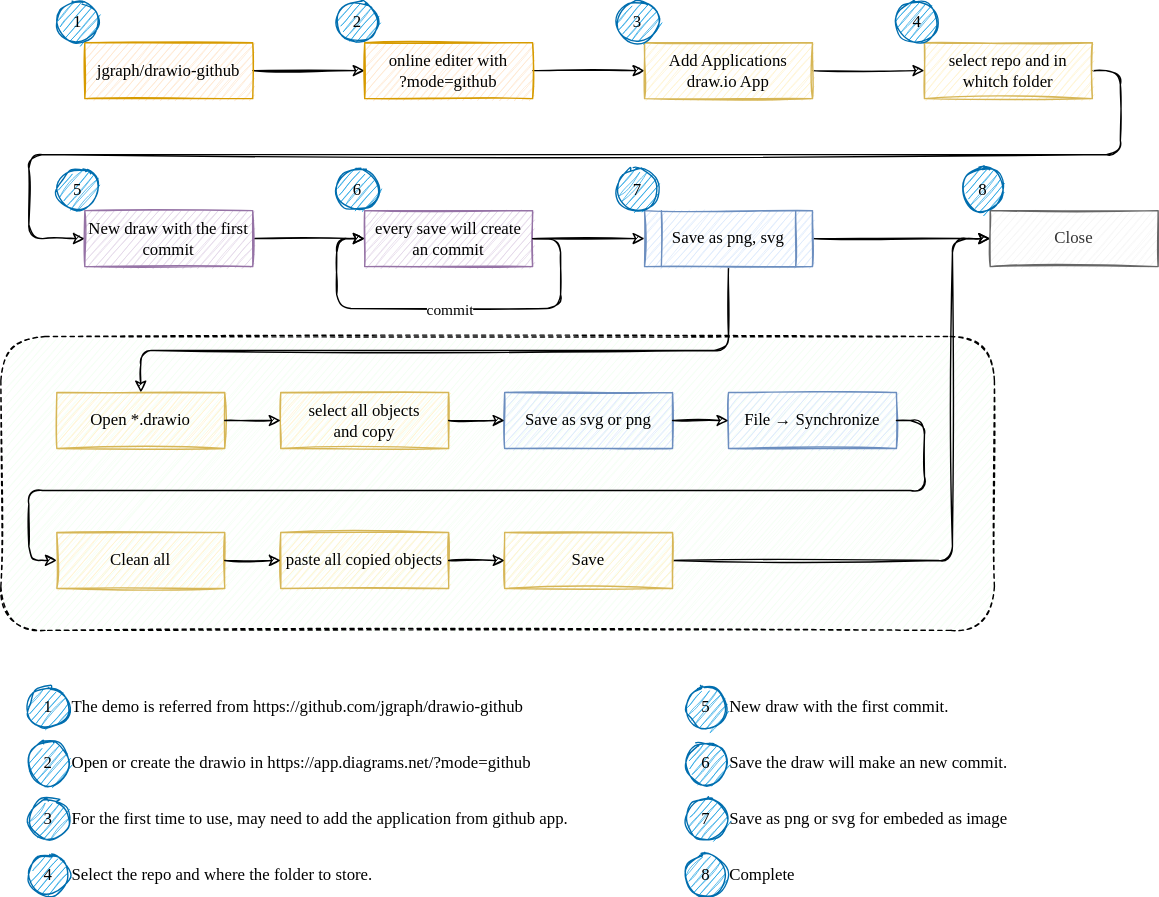
Earlier version of the draw.io export demo/drawio_in_github.drawio.svg (toomore/drawio). Source tidied: cells renumbered, new cells last; positions are measured from the earlier drawing's top-left corner, leaving out a move shared by most shapes.
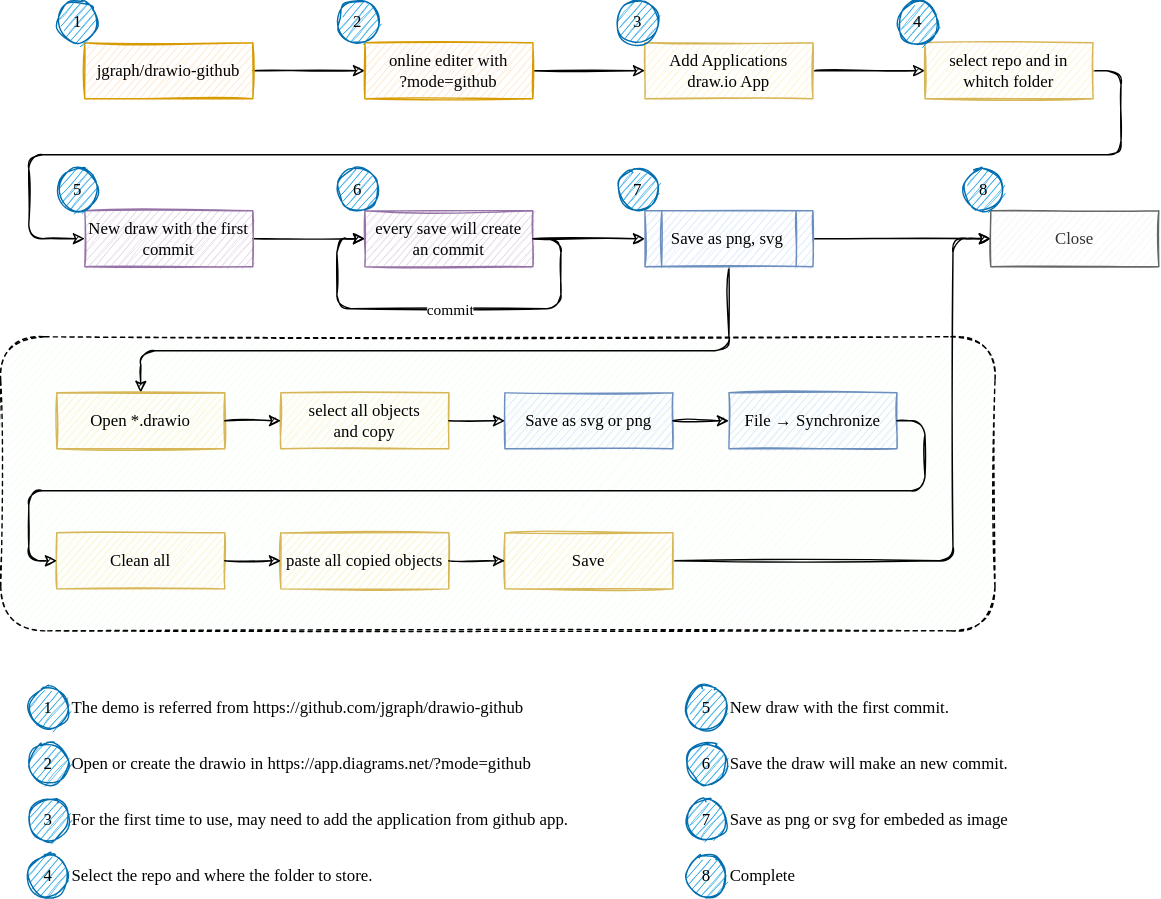
The same diagram one commit later.

The edit, as a diff of the source:
```diff
@@ -2,9 +2,9 @@
   <root>
     <mxCell id="0" />
     <mxCell id="1" parent="0" />
-    <mxCell id="2" style="rounded=1;whiteSpace=wrap;html=1;sketch=1;fontFamily=粉圓體;fontSource=https%3A%2F%2Fgithub.com%2Fjustfont%2Fopen-huninn-font%2Fraw%2Fmaster%2Ffont%2Fjf-openhuninn-1.1.ttf;dashed=1;gradientColor=none;fillColor=#F2FFF3;" parent="1" vertex="1">
-      <mxGeometry y="240" width="710" height="210" as="geometry" />
-    </mxCell>
+    <mxCell id="61" style="rounded=1;whiteSpace=wrap;html=1;sketch=1;fontFamily=粉圓體;fontSource=https%3A%2F%2Fgithub.com%2Fjustfont%2Fopen-huninn-font%2Fraw%2Fmaster%2Ffont%2Fjf-openhuninn-1.1.ttf;dashed=1;gradientColor=none;fillColor=#F2FFF3;" parent="1" vertex="1">
+      <mxGeometry y="240" width="710" height="210" as="geometry" />
+    </mxCell>
     <mxCell id="3" style="edgeStyle=orthogonalEdgeStyle;jettySize=auto;html=1;fontFamily=粉圓體;fontSource=https%3A%2F%2Fgithub.com%2Fjustfont%2Fopen-huninn-font%2Fraw%2Fmaster%2Ffont%2Fjf-openhuninn-1.1.ttf;rounded=1;sketch=1;" parent="1" edge="1" source="4" target="6">
       <mxGeometry relative="1" as="geometry" />
     </mxCell>
@@ -96,55 +96,55 @@
     <mxCell id="26" value="&lt;font color=&quot;#000000&quot;&gt;7&lt;/font&gt;" style="ellipse;whiteSpace=wrap;html=1;fontFamily=粉圓體;fontSource=https%3A%2F%2Fgithub.com%2Fjustfont%2Fopen-huninn-font%2Fraw%2Fmaster%2Ffont%2Fjf-openhuninn-1.1.ttf;fillColor=#1ba1e2;strokeColor=#006EAF;fontColor=#ffffff;sketch=1;" parent="1" vertex="1">
       <mxGeometry x="440" y="120" width="30" height="30" as="geometry" />
     </mxCell>
-    <mxCell id="27" style="group;fontFamily=粉圓體;fontSource=https%3A%2F%2Fgithub.com%2Fjustfont%2Fopen-huninn-font%2Fraw%2Fmaster%2Ffont%2Fjf-openhuninn-1.1.ttf;sketch=1;" parent="1" vertex="1">
-      <mxGeometry x="19" y="490" width="790" height="150" as="geometry" />
-    </mxCell>
+    <mxCell id="62" style="group;fontFamily=粉圓體;fontSource=https%3A%2F%2Fgithub.com%2Fjustfont%2Fopen-huninn-font%2Fraw%2Fmaster%2Ffont%2Fjf-openhuninn-1.1.ttf;sketch=1;" parent="1" vertex="1">
+      <mxGeometry x="19" y="490" width="790" height="150" as="geometry" />
+    </mxCell>
-    <mxCell id="28" value="The demo is referred from &lt;a href=&quot;https://github.com/jgraph/drawio-github&quot;&gt;https://github.com/jgraph/drawio-github&lt;/a&gt;" style="text;html=1;strokeColor=none;fillColor=none;align=left;verticalAlign=middle;whiteSpace=wrap;rounded=0;fontFamily=粉圓體;fontSource=https%3A%2F%2Fgithub.com%2Fjustfont%2Fopen-huninn-font%2Fraw%2Fmaster%2Ffont%2Fjf-openhuninn-1.1.ttf;fontColor=#000000;sketch=1;" parent="27" vertex="1">
+    <mxCell id="28" value="The demo is referred from &lt;a href=&quot;https://github.com/jgraph/drawio-github&quot;&gt;https://github.com/jgraph/drawio-github&lt;/a&gt;" style="text;html=1;strokeColor=none;fillColor=none;align=left;verticalAlign=middle;whiteSpace=wrap;rounded=0;fontFamily=粉圓體;fontSource=https%3A%2F%2Fgithub.com%2Fjustfont%2Fopen-huninn-font%2Fraw%2Fmaster%2Ffont%2Fjf-openhuninn-1.1.ttf;fontColor=#000000;sketch=1;" parent="62" vertex="1">
       <mxGeometry x="30" width="400" height="30" as="geometry" />
     </mxCell>
-    <mxCell id="29" value="Open or create the drawio in&amp;nbsp;&lt;a href=&quot;https://app.diagrams.net/?mode=github&quot;&gt;https://app.diagrams.net/?mode=github&lt;/a&gt;" style="text;html=1;strokeColor=none;fillColor=none;align=left;verticalAlign=middle;whiteSpace=wrap;rounded=0;fontFamily=粉圓體;fontSource=https%3A%2F%2Fgithub.com%2Fjustfont%2Fopen-huninn-font%2Fraw%2Fmaster%2Ffont%2Fjf-openhuninn-1.1.ttf;fontColor=#000000;sketch=1;" parent="27" vertex="1">
+    <mxCell id="29" value="Open or create the drawio in&amp;nbsp;&lt;a href=&quot;https://app.diagrams.net/?mode=github&quot;&gt;https://app.diagrams.net/?mode=github&lt;/a&gt;" style="text;html=1;strokeColor=none;fillColor=none;align=left;verticalAlign=middle;whiteSpace=wrap;rounded=0;fontFamily=粉圓體;fontSource=https%3A%2F%2Fgithub.com%2Fjustfont%2Fopen-huninn-font%2Fraw%2Fmaster%2Ffont%2Fjf-openhuninn-1.1.ttf;fontColor=#000000;sketch=1;" parent="62" vertex="1">
       <mxGeometry x="30" y="40" width="400" height="30" as="geometry" />
     </mxCell>
-    <mxCell id="30" value="&lt;font color=&quot;#000000&quot;&gt;1&lt;/font&gt;" style="ellipse;whiteSpace=wrap;html=1;fontFamily=粉圓體;fontSource=https%3A%2F%2Fgithub.com%2Fjustfont%2Fopen-huninn-font%2Fraw%2Fmaster%2Ffont%2Fjf-openhuninn-1.1.ttf;fillColor=#1ba1e2;strokeColor=#006EAF;fontColor=#ffffff;sketch=1;" parent="27" vertex="1">
+    <mxCell id="30" value="&lt;font color=&quot;#000000&quot;&gt;1&lt;/font&gt;" style="ellipse;whiteSpace=wrap;html=1;fontFamily=粉圓體;fontSource=https%3A%2F%2Fgithub.com%2Fjustfont%2Fopen-huninn-font%2Fraw%2Fmaster%2Ffont%2Fjf-openhuninn-1.1.ttf;fillColor=#1ba1e2;strokeColor=#006EAF;fontColor=#ffffff;sketch=1;" parent="62" vertex="1">
       <mxGeometry width="30" height="30" as="geometry" />
     </mxCell>
-    <mxCell id="31" value="&lt;font color=&quot;#000000&quot;&gt;2&lt;/font&gt;" style="ellipse;whiteSpace=wrap;html=1;fontFamily=粉圓體;fontSource=https%3A%2F%2Fgithub.com%2Fjustfont%2Fopen-huninn-font%2Fraw%2Fmaster%2Ffont%2Fjf-openhuninn-1.1.ttf;fillColor=#1ba1e2;strokeColor=#006EAF;fontColor=#ffffff;sketch=1;" parent="27" vertex="1">
+    <mxCell id="31" value="&lt;font color=&quot;#000000&quot;&gt;2&lt;/font&gt;" style="ellipse;whiteSpace=wrap;html=1;fontFamily=粉圓體;fontSource=https%3A%2F%2Fgithub.com%2Fjustfont%2Fopen-huninn-font%2Fraw%2Fmaster%2Ffont%2Fjf-openhuninn-1.1.ttf;fillColor=#1ba1e2;strokeColor=#006EAF;fontColor=#ffffff;sketch=1;" parent="62" vertex="1">
       <mxGeometry y="40" width="30" height="30" as="geometry" />
     </mxCell>
-    <mxCell id="32" value="For the first time to use, may need to add the application from github app." style="text;html=1;strokeColor=none;fillColor=none;align=left;verticalAlign=middle;whiteSpace=wrap;rounded=0;fontFamily=粉圓體;fontSource=https%3A%2F%2Fgithub.com%2Fjustfont%2Fopen-huninn-font%2Fraw%2Fmaster%2Ffont%2Fjf-openhuninn-1.1.ttf;fontColor=#000000;sketch=1;" parent="27" vertex="1">
+    <mxCell id="32" value="For the first time to use, may need to add the application from github app." style="text;html=1;strokeColor=none;fillColor=none;align=left;verticalAlign=middle;whiteSpace=wrap;rounded=0;fontFamily=粉圓體;fontSource=https%3A%2F%2Fgithub.com%2Fjustfont%2Fopen-huninn-font%2Fraw%2Fmaster%2Ffont%2Fjf-openhuninn-1.1.ttf;fontColor=#000000;sketch=1;" parent="62" vertex="1">
       <mxGeometry x="30" y="80" width="400" height="30" as="geometry" />
     </mxCell>
-    <mxCell id="33" value="&lt;font color=&quot;#000000&quot;&gt;3&lt;/font&gt;" style="ellipse;whiteSpace=wrap;html=1;fontFamily=粉圓體;fontSource=https%3A%2F%2Fgithub.com%2Fjustfont%2Fopen-huninn-font%2Fraw%2Fmaster%2Ffont%2Fjf-openhuninn-1.1.ttf;fillColor=#1ba1e2;strokeColor=#006EAF;fontColor=#ffffff;sketch=1;" parent="27" vertex="1">
+    <mxCell id="33" value="&lt;font color=&quot;#000000&quot;&gt;3&lt;/font&gt;" style="ellipse;whiteSpace=wrap;html=1;fontFamily=粉圓體;fontSource=https%3A%2F%2Fgithub.com%2Fjustfont%2Fopen-huninn-font%2Fraw%2Fmaster%2Ffont%2Fjf-openhuninn-1.1.ttf;fillColor=#1ba1e2;strokeColor=#006EAF;fontColor=#ffffff;sketch=1;" parent="62" vertex="1">
       <mxGeometry y="80" width="30" height="30" as="geometry" />
     </mxCell>
-    <mxCell id="34" value="Select the repo and where the folder to store." style="text;html=1;strokeColor=none;fillColor=none;align=left;verticalAlign=middle;whiteSpace=wrap;rounded=0;fontFamily=粉圓體;fontSource=https%3A%2F%2Fgithub.com%2Fjustfont%2Fopen-huninn-font%2Fraw%2Fmaster%2Ffont%2Fjf-openhuninn-1.1.ttf;fontColor=#000000;sketch=1;" parent="27" vertex="1">
+    <mxCell id="34" value="Select the repo and where the folder to store." style="text;html=1;strokeColor=none;fillColor=none;align=left;verticalAlign=middle;whiteSpace=wrap;rounded=0;fontFamily=粉圓體;fontSource=https%3A%2F%2Fgithub.com%2Fjustfont%2Fopen-huninn-font%2Fraw%2Fmaster%2Ffont%2Fjf-openhuninn-1.1.ttf;fontColor=#000000;sketch=1;" parent="62" vertex="1">
       <mxGeometry x="30" y="120" width="400" height="30" as="geometry" />
     </mxCell>
-    <mxCell id="35" value="&lt;font color=&quot;#000000&quot;&gt;4&lt;/font&gt;" style="ellipse;whiteSpace=wrap;html=1;fontFamily=粉圓體;fontSource=https%3A%2F%2Fgithub.com%2Fjustfont%2Fopen-huninn-font%2Fraw%2Fmaster%2Ffont%2Fjf-openhuninn-1.1.ttf;fillColor=#1ba1e2;strokeColor=#006EAF;fontColor=#ffffff;sketch=1;" parent="27" vertex="1">
+    <mxCell id="35" value="&lt;font color=&quot;#000000&quot;&gt;4&lt;/font&gt;" style="ellipse;whiteSpace=wrap;html=1;fontFamily=粉圓體;fontSource=https%3A%2F%2Fgithub.com%2Fjustfont%2Fopen-huninn-font%2Fraw%2Fmaster%2Ffont%2Fjf-openhuninn-1.1.ttf;fillColor=#1ba1e2;strokeColor=#006EAF;fontColor=#ffffff;sketch=1;" parent="62" vertex="1">
       <mxGeometry y="120" width="30" height="30" as="geometry" />
     </mxCell>
-    <mxCell id="36" value="New draw with the first commit." style="text;html=1;strokeColor=none;fillColor=none;align=left;verticalAlign=middle;whiteSpace=wrap;rounded=0;fontFamily=粉圓體;fontSource=https%3A%2F%2Fgithub.com%2Fjustfont%2Fopen-huninn-font%2Fraw%2Fmaster%2Ffont%2Fjf-openhuninn-1.1.ttf;fontColor=#000000;sketch=1;" parent="27" vertex="1">
+    <mxCell id="36" value="New draw with the first commit." style="text;html=1;strokeColor=none;fillColor=none;align=left;verticalAlign=middle;whiteSpace=wrap;rounded=0;fontFamily=粉圓體;fontSource=https%3A%2F%2Fgithub.com%2Fjustfont%2Fopen-huninn-font%2Fraw%2Fmaster%2Ffont%2Fjf-openhuninn-1.1.ttf;fontColor=#000000;sketch=1;" parent="62" vertex="1">
       <mxGeometry x="500" width="290" height="30" as="geometry" />
     </mxCell>
-    <mxCell id="37" value="&lt;font color=&quot;#000000&quot;&gt;5&lt;/font&gt;" style="ellipse;whiteSpace=wrap;html=1;fontFamily=粉圓體;fontSource=https%3A%2F%2Fgithub.com%2Fjustfont%2Fopen-huninn-font%2Fraw%2Fmaster%2Ffont%2Fjf-openhuninn-1.1.ttf;fillColor=#1ba1e2;strokeColor=#006EAF;fontColor=#ffffff;sketch=1;" parent="27" vertex="1">
+    <mxCell id="37" value="&lt;font color=&quot;#000000&quot;&gt;5&lt;/font&gt;" style="ellipse;whiteSpace=wrap;html=1;fontFamily=粉圓體;fontSource=https%3A%2F%2Fgithub.com%2Fjustfont%2Fopen-huninn-font%2Fraw%2Fmaster%2Ffont%2Fjf-openhuninn-1.1.ttf;fillColor=#1ba1e2;strokeColor=#006EAF;fontColor=#ffffff;sketch=1;" parent="62" vertex="1">
       <mxGeometry x="470" width="30" height="30" as="geometry" />
     </mxCell>
-    <mxCell id="38" value="Save the draw will make an new commit." style="text;html=1;strokeColor=none;fillColor=none;align=left;verticalAlign=middle;whiteSpace=wrap;rounded=0;fontFamily=粉圓體;fontSource=https%3A%2F%2Fgithub.com%2Fjustfont%2Fopen-huninn-font%2Fraw%2Fmaster%2Ffont%2Fjf-openhuninn-1.1.ttf;fontColor=#000000;sketch=1;" parent="27" vertex="1">
+    <mxCell id="38" value="Save the draw will make an new commit." style="text;html=1;strokeColor=none;fillColor=none;align=left;verticalAlign=middle;whiteSpace=wrap;rounded=0;fontFamily=粉圓體;fontSource=https%3A%2F%2Fgithub.com%2Fjustfont%2Fopen-huninn-font%2Fraw%2Fmaster%2Ffont%2Fjf-openhuninn-1.1.ttf;fontColor=#000000;sketch=1;" parent="62" vertex="1">
       <mxGeometry x="500" y="40" width="290" height="30" as="geometry" />
     </mxCell>
-    <mxCell id="39" value="&lt;font color=&quot;#000000&quot;&gt;6&lt;/font&gt;" style="ellipse;whiteSpace=wrap;html=1;fontFamily=粉圓體;fontSource=https%3A%2F%2Fgithub.com%2Fjustfont%2Fopen-huninn-font%2Fraw%2Fmaster%2Ffont%2Fjf-openhuninn-1.1.ttf;fillColor=#1ba1e2;strokeColor=#006EAF;fontColor=#ffffff;sketch=1;" parent="27" vertex="1">
+    <mxCell id="39" value="&lt;font color=&quot;#000000&quot;&gt;6&lt;/font&gt;" style="ellipse;whiteSpace=wrap;html=1;fontFamily=粉圓體;fontSource=https%3A%2F%2Fgithub.com%2Fjustfont%2Fopen-huninn-font%2Fraw%2Fmaster%2Ffont%2Fjf-openhuninn-1.1.ttf;fillColor=#1ba1e2;strokeColor=#006EAF;fontColor=#ffffff;sketch=1;" parent="62" vertex="1">
       <mxGeometry x="470" y="40" width="30" height="30" as="geometry" />
     </mxCell>
-    <mxCell id="40" value="Save as png or svg for embeded as image" style="text;html=1;strokeColor=none;fillColor=none;align=left;verticalAlign=middle;whiteSpace=wrap;rounded=0;fontFamily=粉圓體;fontSource=https%3A%2F%2Fgithub.com%2Fjustfont%2Fopen-huninn-font%2Fraw%2Fmaster%2Ffont%2Fjf-openhuninn-1.1.ttf;fontColor=#000000;sketch=1;" parent="27" vertex="1">
+    <mxCell id="40" value="Save as png or svg for embeded as image" style="text;html=1;strokeColor=none;fillColor=none;align=left;verticalAlign=middle;whiteSpace=wrap;rounded=0;fontFamily=粉圓體;fontSource=https%3A%2F%2Fgithub.com%2Fjustfont%2Fopen-huninn-font%2Fraw%2Fmaster%2Ffont%2Fjf-openhuninn-1.1.ttf;fontColor=#000000;sketch=1;" parent="62" vertex="1">
       <mxGeometry x="500" y="80" width="290" height="30" as="geometry" />
     </mxCell>
-    <mxCell id="41" value="&lt;font color=&quot;#000000&quot;&gt;7&lt;/font&gt;" style="ellipse;whiteSpace=wrap;html=1;fontFamily=粉圓體;fontSource=https%3A%2F%2Fgithub.com%2Fjustfont%2Fopen-huninn-font%2Fraw%2Fmaster%2Ffont%2Fjf-openhuninn-1.1.ttf;fillColor=#1ba1e2;strokeColor=#006EAF;fontColor=#ffffff;sketch=1;" parent="27" vertex="1">
+    <mxCell id="41" value="&lt;font color=&quot;#000000&quot;&gt;7&lt;/font&gt;" style="ellipse;whiteSpace=wrap;html=1;fontFamily=粉圓體;fontSource=https%3A%2F%2Fgithub.com%2Fjustfont%2Fopen-huninn-font%2Fraw%2Fmaster%2Ffont%2Fjf-openhuninn-1.1.ttf;fillColor=#1ba1e2;strokeColor=#006EAF;fontColor=#ffffff;sketch=1;" parent="62" vertex="1">
       <mxGeometry x="470" y="80" width="30" height="30" as="geometry" />
     </mxCell>
-    <mxCell id="42" value="Complete" style="text;html=1;strokeColor=none;fillColor=none;align=left;verticalAlign=middle;whiteSpace=wrap;rounded=0;fontFamily=粉圓體;fontSource=https%3A%2F%2Fgithub.com%2Fjustfont%2Fopen-huninn-font%2Fraw%2Fmaster%2Ffont%2Fjf-openhuninn-1.1.ttf;fontColor=#000000;sketch=1;" parent="27" vertex="1">
+    <mxCell id="42" value="Complete" style="text;html=1;strokeColor=none;fillColor=none;align=left;verticalAlign=middle;whiteSpace=wrap;rounded=0;fontFamily=粉圓體;fontSource=https%3A%2F%2Fgithub.com%2Fjustfont%2Fopen-huninn-font%2Fraw%2Fmaster%2Ffont%2Fjf-openhuninn-1.1.ttf;fontColor=#000000;sketch=1;" parent="62" vertex="1">
       <mxGeometry x="500" y="120" width="290" height="30" as="geometry" />
     </mxCell>
-    <mxCell id="43" value="&lt;font color=&quot;#000000&quot;&gt;8&lt;/font&gt;" style="ellipse;whiteSpace=wrap;html=1;fontFamily=粉圓體;fontSource=https%3A%2F%2Fgithub.com%2Fjustfont%2Fopen-huninn-font%2Fraw%2Fmaster%2Ffont%2Fjf-openhuninn-1.1.ttf;fillColor=#1ba1e2;strokeColor=#006EAF;fontColor=#ffffff;sketch=1;" parent="27" vertex="1">
+    <mxCell id="43" value="&lt;font color=&quot;#000000&quot;&gt;8&lt;/font&gt;" style="ellipse;whiteSpace=wrap;html=1;fontFamily=粉圓體;fontSource=https%3A%2F%2Fgithub.com%2Fjustfont%2Fopen-huninn-font%2Fraw%2Fmaster%2Ffont%2Fjf-openhuninn-1.1.ttf;fillColor=#1ba1e2;strokeColor=#006EAF;fontColor=#ffffff;sketch=1;" parent="62" vertex="1">
       <mxGeometry x="470" y="120" width="30" height="30" as="geometry" />
     </mxCell>
     <mxCell id="44" value="Open *.drawio" style="rounded=0;whiteSpace=wrap;html=1;fontFamily=粉圓體;fontSource=https%3A%2F%2Fgithub.com%2Fjustfont%2Fopen-huninn-font%2Fraw%2Fmaster%2Ffont%2Fjf-openhuninn-1.1.ttf;fillColor=#fff2cc;strokeColor=#d6b656;sketch=1;" parent="1" vertex="1">
@@ -194,13 +194,13 @@
     <mxCell id="57" style="edgeStyle=orthogonalEdgeStyle;rounded=1;sketch=1;jettySize=auto;html=1;fontFamily=粉圓體;fontSource=https%3A%2F%2Fgithub.com%2Fjustfont%2Fopen-huninn-font%2Fraw%2Fmaster%2Ffont%2Fjf-openhuninn-1.1.ttf;" parent="1" edge="1" source="53" target="56">
       <mxGeometry relative="1" as="geometry" />
     </mxCell>
-    <mxCell id="58" style="group;" parent="1" vertex="1">
-      <mxGeometry x="687" y="120" width="140" height="70" as="geometry" />
-    </mxCell>
+    <mxCell id="63" style="group;" parent="1" vertex="1">
+      <mxGeometry x="687" y="120" width="140" height="70" as="geometry" />
+    </mxCell>
-    <mxCell id="59" value="Close" style="rounded=0;whiteSpace=wrap;html=1;fontFamily=粉圓體;fontSource=https%3A%2F%2Fgithub.com%2Fjustfont%2Fopen-huninn-font%2Fraw%2Fmaster%2Ffont%2Fjf-openhuninn-1.1.ttf;fillColor=#f5f5f5;fontColor=#333333;strokeColor=#666666;sketch=1;" parent="58" vertex="1">
+    <mxCell id="59" value="Close" style="rounded=0;whiteSpace=wrap;html=1;fontFamily=粉圓體;fontSource=https%3A%2F%2Fgithub.com%2Fjustfont%2Fopen-huninn-font%2Fraw%2Fmaster%2Ffont%2Fjf-openhuninn-1.1.ttf;fillColor=#f5f5f5;fontColor=#333333;strokeColor=#666666;sketch=1;" parent="63" vertex="1">
       <mxGeometry x="20" y="30" width="120" height="40" as="geometry" />
     </mxCell>
-    <mxCell id="60" value="&lt;font color=&quot;#000000&quot;&gt;8&lt;/font&gt;" style="ellipse;whiteSpace=wrap;html=1;fontFamily=粉圓體;fontSource=https%3A%2F%2Fgithub.com%2Fjustfont%2Fopen-huninn-font%2Fraw%2Fmaster%2Ffont%2Fjf-openhuninn-1.1.ttf;fillColor=#1ba1e2;strokeColor=#006EAF;fontColor=#ffffff;sketch=1;" parent="58" vertex="1">
+    <mxCell id="60" value="&lt;font color=&quot;#000000&quot;&gt;8&lt;/font&gt;" style="ellipse;whiteSpace=wrap;html=1;fontFamily=粉圓體;fontSource=https%3A%2F%2Fgithub.com%2Fjustfont%2Fopen-huninn-font%2Fraw%2Fmaster%2Ffont%2Fjf-openhuninn-1.1.ttf;fillColor=#1ba1e2;strokeColor=#006EAF;fontColor=#ffffff;sketch=1;" parent="63" vertex="1">
       <mxGeometry width="30" height="30" as="geometry" />
     </mxCell>
   </root>
```
